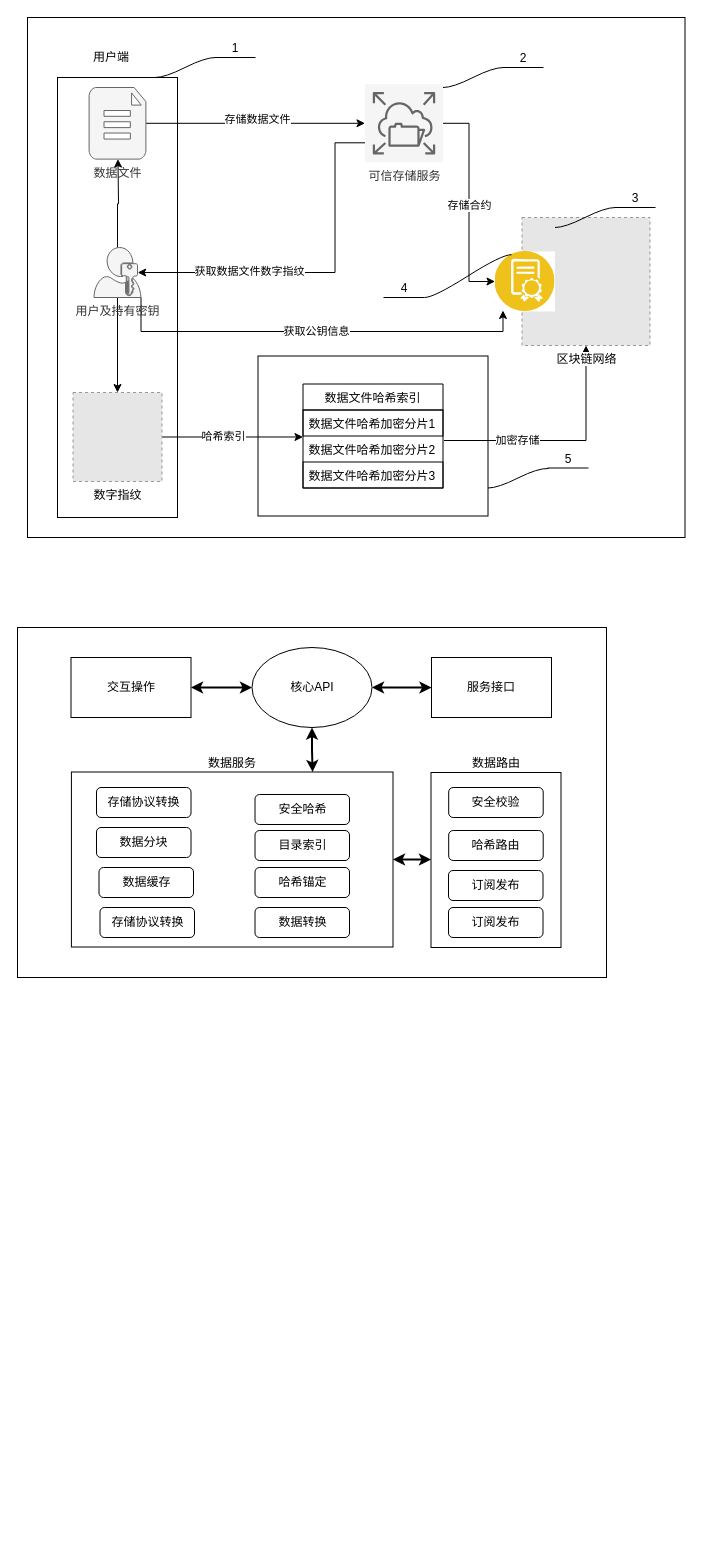
Earlier version of the draw.io diagram bts_chain_cid.drawio (luoweb/codeshow). Source tidied: cells renumbered, new cells numbered last; positions are measured from the earlier drawing's top-left corner, leaving out a move shared by most shapes. Both pictures are drawn from the tidied source at 100%, with x=0, y=0 at pixel (17, 17). Pictures stored in the file or linked from it are replaced by grey dashed boxes.
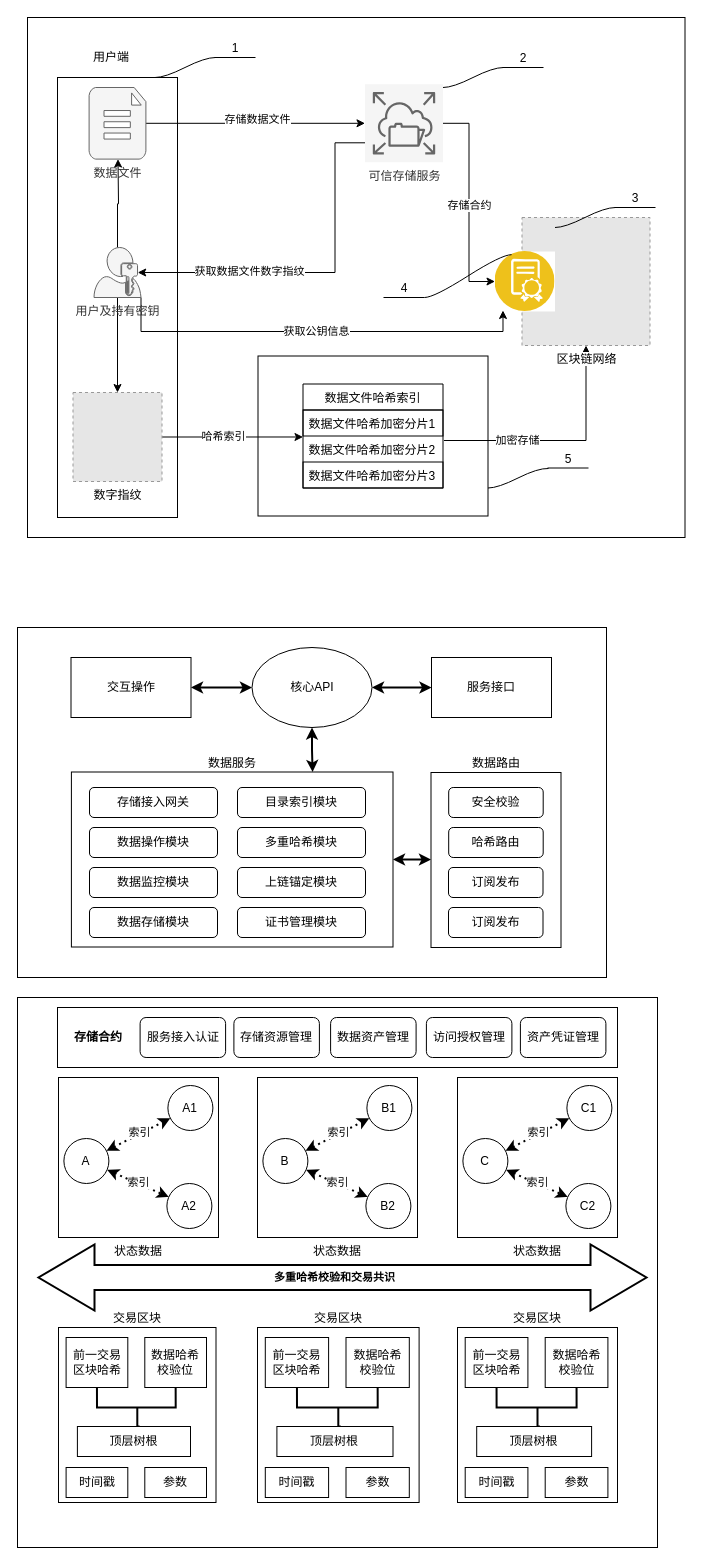
After the change.

What changed in the source:
```diff
@@
+    <mxCell id="61" style="rounded=0;whiteSpace=wrap;html=1;strokeColor=default;" parent="1" vertex="1">
+      <mxGeometry y="980" width="640" height="550" as="geometry" />
+    </mxCell>
@@
     <mxCell id="50" value="哈希路由" style="rounded=1;whiteSpace=wrap;html=1;strokeColor=default;" parent="1" vertex="1">
-      <mxGeometry x="431.2" y="813" width="94.5" height="30" as="geometry" />
+      <mxGeometry x="431.2" y="810" width="94.5" height="30" as="geometry" />
     </mxCell>
+    <mxCell id="54" value="订阅发布" style="rounded=1;whiteSpace=wrap;html=1;strokeColor=default;" parent="1" vertex="1">
+      <mxGeometry x="431" y="890" width="94.5" height="30" as="geometry" />
+    </mxCell>
+    <mxCell id="60" value="订阅发布" style="rounded=1;whiteSpace=wrap;html=1;strokeColor=default;" parent="1" vertex="1">
+      <mxGeometry x="431" y="850" width="94.5" height="30" as="geometry" />
+    </mxCell>
+    <mxCell id="62" style="shape=flexArrow;endArrow=classic;startArrow=classic;html=1;rounded=0;strokeWidth=2;startWidth=39;startSize=18;width=24;endWidth=39;endSize=18;" parent="1" edge="1">
+      <mxGeometry relative="1" as="geometry">
+        <mxPoint x="20" y="1260" as="sourcePoint" />
+        <mxPoint x="630" y="1260" as="targetPoint" />
+      </mxGeometry>
+    </mxCell>
+    <mxCell id="63" value="多重哈希校验和交易共识" style="edgeLabel;html=1;align=center;verticalAlign=middle;fontStyle=1;" parent="62" vertex="1">
+      <mxGeometry x="-0.03" y="1" relative="1" as="geometry" />
+    </mxCell>
+    <mxCell id="64" style="group;labelPosition=center;verticalLabelPosition=bottom;align=center;verticalAlign=top;" parent="1" vertex="1">
+      <mxGeometry x="41" y="1310" width="157.5" height="175" as="geometry" />
+    </mxCell>
+    <mxCell id="65" value="交易区块" style="rounded=0;whiteSpace=wrap;html=1;strokeColor=default;labelPosition=center;verticalLabelPosition=top;align=center;verticalAlign=bottom;" parent="64" vertex="1">
+      <mxGeometry width="157.5" height="175" as="geometry" />
+    </mxCell>
+    <mxCell id="66" value="前一交易&lt;br&gt;区块哈希" style="rounded=0;whiteSpace=wrap;html=1;strokeColor=default;" parent="64" vertex="1">
+      <mxGeometry x="7.6" y="10" width="61.7" height="50" as="geometry" />
+    </mxCell>
+    <mxCell id="67" value="数据哈希&lt;br&gt;校验位" style="rounded=0;whiteSpace=wrap;html=1;strokeColor=default;" parent="64" vertex="1">
+      <mxGeometry x="86.3" y="10" width="61.7" height="50" as="geometry" />
+    </mxCell>
+    <mxCell id="68" style="edgeStyle=orthogonalEdgeStyle;rounded=0;jettySize=auto;html=1;exitX=0.5;exitY=1;exitDx=0;exitDy=0;entryX=0.5;entryY=1;entryDx=0;entryDy=0;startArrow=none;startFill=0;endArrow=none;endFill=0;strokeWidth=2;" parent="64" edge="1" source="66" target="67">
+      <mxGeometry relative="1" as="geometry" />
+    </mxCell>
+    <mxCell id="69" style="edgeStyle=orthogonalEdgeStyle;rounded=0;orthogonalLoop=1;jettySize=auto;html=1;exitX=0.5;exitY=0;exitDx=0;exitDy=0;startArrow=none;startFill=0;endArrow=none;endFill=0;strokeWidth=2;" parent="64" edge="1">
+      <mxGeometry relative="1" as="geometry">
+        <mxPoint x="81.1" y="99" as="sourcePoint" />
+        <mxPoint x="78.8" y="80" as="targetPoint" />
+      </mxGeometry>
+    </mxCell>
+    <mxCell id="70" value="顶层树根" style="rounded=0;whiteSpace=wrap;html=1;strokeColor=default;" parent="64" vertex="1">
+      <mxGeometry x="18.9" y="99" width="113.1" height="30" as="geometry" />
+    </mxCell>
+    <mxCell id="71" value="时间戳" style="rounded=0;whiteSpace=wrap;html=1;strokeColor=default;" parent="64" vertex="1">
+      <mxGeometry x="7.6" y="140" width="61.7" height="30" as="geometry" />
+    </mxCell>
+    <mxCell id="72" value="参数" style="rounded=0;whiteSpace=wrap;html=1;strokeColor=default;" parent="64" vertex="1">
+      <mxGeometry x="86.3" y="140" width="61.7" height="30" as="geometry" />
+    </mxCell>
+    <mxCell id="73" style="group;labelPosition=center;verticalLabelPosition=bottom;align=center;verticalAlign=top;" parent="1" vertex="1">
+      <mxGeometry x="240" y="1310" width="161.6" height="175" as="geometry" />
+    </mxCell>
+    <mxCell id="74" value="交易区块" style="rounded=0;whiteSpace=wrap;html=1;strokeColor=default;labelPosition=center;verticalLabelPosition=top;align=center;verticalAlign=bottom;" parent="73" vertex="1">
+      <mxGeometry width="161.6" height="175" as="geometry" />
+    </mxCell>
+    <mxCell id="75" value="前一交易&lt;br&gt;区块哈希" style="rounded=0;whiteSpace=wrap;html=1;strokeColor=default;" parent="73" vertex="1">
+      <mxGeometry x="7.8" y="10" width="63.3" height="50" as="geometry" />
+    </mxCell>
+    <mxCell id="76" value="数据哈希&lt;br&gt;校验位" style="rounded=0;whiteSpace=wrap;html=1;strokeColor=default;" parent="73" vertex="1">
+      <mxGeometry x="88.5" y="10" width="63.3" height="50" as="geometry" />
+    </mxCell>
+    <mxCell id="77" style="edgeStyle=orthogonalEdgeStyle;rounded=0;jettySize=auto;html=1;exitX=0.5;exitY=1;exitDx=0;exitDy=0;entryX=0.5;entryY=1;entryDx=0;entryDy=0;startArrow=none;startFill=0;endArrow=none;endFill=0;strokeWidth=2;" parent="73" edge="1" source="75" target="76">
+      <mxGeometry relative="1" as="geometry" />
+    </mxCell>
+    <mxCell id="78" style="edgeStyle=orthogonalEdgeStyle;rounded=0;orthogonalLoop=1;jettySize=auto;html=1;exitX=0.5;exitY=0;exitDx=0;exitDy=0;startArrow=none;startFill=0;endArrow=none;endFill=0;strokeWidth=2;" parent="73" edge="1">
+      <mxGeometry relative="1" as="geometry">
+        <mxPoint x="83.2" y="99" as="sourcePoint" />
+        <mxPoint x="80.8" y="80" as="targetPoint" />
+      </mxGeometry>
+    </mxCell>
+    <mxCell id="79" value="顶层树根" style="rounded=0;whiteSpace=wrap;html=1;strokeColor=default;" parent="73" vertex="1">
+      <mxGeometry x="19.4" y="99" width="116.1" height="30" as="geometry" />
+    </mxCell>
+    <mxCell id="80" value="时间戳" style="rounded=0;whiteSpace=wrap;html=1;strokeColor=default;" parent="73" vertex="1">
+      <mxGeometry x="7.8" y="140" width="63.3" height="30" as="geometry" />
+    </mxCell>
+    <mxCell id="81" value="参数" style="rounded=0;whiteSpace=wrap;html=1;strokeColor=default;" parent="73" vertex="1">
+      <mxGeometry x="88.5" y="140" width="63.3" height="30" as="geometry" />
+    </mxCell>
+    <mxCell id="82" style="group;labelPosition=center;verticalLabelPosition=bottom;align=center;verticalAlign=top;" parent="1" vertex="1">
+      <mxGeometry x="440" y="1310" width="160" height="175" as="geometry" />
+    </mxCell>
+    <mxCell id="83" value="交易区块" style="rounded=0;whiteSpace=wrap;html=1;strokeColor=default;labelPosition=center;verticalLabelPosition=top;align=center;verticalAlign=bottom;" parent="82" vertex="1">
+      <mxGeometry width="160" height="175" as="geometry" />
+    </mxCell>
+    <mxCell id="84" value="前一交易&lt;br&gt;区块哈希" style="rounded=0;whiteSpace=wrap;html=1;strokeColor=default;" parent="82" vertex="1">
+      <mxGeometry x="7.7" y="10" width="62.7" height="50" as="geometry" />
+    </mxCell>
+    <mxCell id="85" value="数据哈希&lt;br&gt;校验位" style="rounded=0;whiteSpace=wrap;html=1;strokeColor=default;" parent="82" vertex="1">
+      <mxGeometry x="87.7" y="10" width="62.7" height="50" as="geometry" />
+    </mxCell>
+    <mxCell id="86" style="edgeStyle=orthogonalEdgeStyle;rounded=0;jettySize=auto;html=1;exitX=0.5;exitY=1;exitDx=0;exitDy=0;entryX=0.5;entryY=1;entryDx=0;entryDy=0;startArrow=none;startFill=0;endArrow=none;endFill=0;strokeWidth=2;" parent="82" edge="1" source="84" target="85">
+      <mxGeometry relative="1" as="geometry">
+        <Array as="points">
+          <mxPoint x="39.3" y="80" />
+          <mxPoint x="118.7" y="80" />
+        </Array>
+      </mxGeometry>
+    </mxCell>
+    <mxCell id="87" style="edgeStyle=orthogonalEdgeStyle;rounded=0;orthogonalLoop=1;jettySize=auto;html=1;exitX=0.5;exitY=0;exitDx=0;exitDy=0;startArrow=none;startFill=0;endArrow=none;endFill=0;strokeWidth=2;" parent="82" edge="1">
+      <mxGeometry relative="1" as="geometry">
+        <mxPoint x="82.4" y="99" as="sourcePoint" />
+        <mxPoint x="80" y="80" as="targetPoint" />
+      </mxGeometry>
+    </mxCell>
+    <mxCell id="88" value="顶层树根" style="rounded=0;whiteSpace=wrap;html=1;strokeColor=default;" parent="82" vertex="1">
+      <mxGeometry x="19.2" y="99" width="114.9" height="30" as="geometry" />
+    </mxCell>
+    <mxCell id="89" value="时间戳" style="rounded=0;whiteSpace=wrap;html=1;strokeColor=default;" parent="82" vertex="1">
+      <mxGeometry x="7.7" y="140" width="62.7" height="30" as="geometry" />
+    </mxCell>
+    <mxCell id="90" value="参数" style="rounded=0;whiteSpace=wrap;html=1;strokeColor=default;" parent="82" vertex="1">
+      <mxGeometry x="87.7" y="140" width="62.7" height="30" as="geometry" />
+    </mxCell>
+    <mxCell id="91" value="状态数据" style="rounded=0;whiteSpace=wrap;html=1;strokeColor=default;labelPosition=center;verticalLabelPosition=bottom;align=center;verticalAlign=top;horizontal=1;textDirection=ltr;" parent="1" vertex="1">
+      <mxGeometry x="41" y="1060" width="160" height="160" as="geometry" />
+    </mxCell>
+    <mxCell id="92" value="A" style="ellipse;whiteSpace=wrap;html=1;strokeColor=default;" parent="1" vertex="1">
+      <mxGeometry x="46.4" y="1121" width="45" height="45" as="geometry" />
+    </mxCell>
+    <mxCell id="93" value="A1" style="ellipse;whiteSpace=wrap;html=1;strokeColor=default;" parent="1" vertex="1">
+      <mxGeometry x="150.4" y="1068" width="45" height="45" as="geometry" />
+    </mxCell>
+    <mxCell id="94" value="A2" style="ellipse;whiteSpace=wrap;html=1;strokeColor=default;" parent="1" vertex="1">
+      <mxGeometry x="149.4" y="1166" width="45" height="45" as="geometry" />
+    </mxCell>
+    <mxCell id="95" style="endArrow=classic;startArrow=classic;html=1;rounded=0;sketch=0;strokeColor=default;strokeWidth=2;jumpStyle=none;dashed=1;dashPattern=1 2;" parent="1" edge="1" source="92" target="93">
+      <mxGeometry relative="1" as="geometry" />
+    </mxCell>
+    <mxCell id="96" value="索引" style="edgeLabel;html=1;align=center;verticalAlign=middle;" parent="95" vertex="1">
+      <mxGeometry x="0.06" y="3" relative="1" as="geometry">
+        <mxPoint y="1" as="offset" />
+      </mxGeometry>
+    </mxCell>
+    <mxCell id="97" style="endArrow=classic;startArrow=classic;html=1;rounded=0;sketch=0;strokeColor=default;strokeWidth=2;jumpStyle=none;dashed=1;dashPattern=1 2;" parent="1" edge="1" source="92" target="94">
+      <mxGeometry relative="1" as="geometry" />
+    </mxCell>
+    <mxCell id="98" value="索引" style="edgeLabel;html=1;align=center;verticalAlign=middle;" parent="97" vertex="1">
+      <mxGeometry x="-0.01" y="1" relative="1" as="geometry" />
+    </mxCell>
+    <mxCell id="99" value="状态数据" style="rounded=0;whiteSpace=wrap;html=1;strokeColor=default;labelPosition=center;verticalLabelPosition=bottom;align=center;verticalAlign=top;horizontal=1;textDirection=ltr;" parent="1" vertex="1">
+      <mxGeometry x="240" y="1060" width="160" height="160" as="geometry" />
+    </mxCell>
+    <mxCell id="100" value="B" style="ellipse;whiteSpace=wrap;html=1;strokeColor=default;" parent="1" vertex="1">
+      <mxGeometry x="245.4" y="1121" width="45" height="45" as="geometry" />
+    </mxCell>
+    <mxCell id="101" value="B1" style="ellipse;whiteSpace=wrap;html=1;strokeColor=default;" parent="1" vertex="1">
+      <mxGeometry x="349.4" y="1068" width="45" height="45" as="geometry" />
+    </mxCell>
+    <mxCell id="102" value="B2" style="ellipse;whiteSpace=wrap;html=1;strokeColor=default;" parent="1" vertex="1">
+      <mxGeometry x="348.4" y="1166" width="45" height="45" as="geometry" />
+    </mxCell>
+    <mxCell id="103" style="endArrow=classic;startArrow=classic;html=1;rounded=0;sketch=0;strokeColor=default;strokeWidth=2;jumpStyle=none;dashed=1;dashPattern=1 2;" parent="1" edge="1" source="100" target="101">
+      <mxGeometry relative="1" as="geometry" />
+    </mxCell>
+    <mxCell id="104" value="索引" style="edgeLabel;html=1;align=center;verticalAlign=middle;" parent="103" vertex="1">
+      <mxGeometry x="0.06" y="3" relative="1" as="geometry">
+        <mxPoint y="1" as="offset" />
+      </mxGeometry>
+    </mxCell>
+    <mxCell id="105" style="endArrow=classic;startArrow=classic;html=1;rounded=0;sketch=0;strokeColor=default;strokeWidth=2;jumpStyle=none;dashed=1;dashPattern=1 2;" parent="1" edge="1" source="100" target="102">
+      <mxGeometry relative="1" as="geometry" />
+    </mxCell>
+    <mxCell id="106" value="索引" style="edgeLabel;html=1;align=center;verticalAlign=middle;" parent="105" vertex="1">
+      <mxGeometry x="-0.01" y="1" relative="1" as="geometry" />
+    </mxCell>
+    <mxCell id="107" value="状态数据" style="rounded=0;whiteSpace=wrap;html=1;strokeColor=default;labelPosition=center;verticalLabelPosition=bottom;align=center;verticalAlign=top;horizontal=1;textDirection=ltr;" parent="1" vertex="1">
+      <mxGeometry x="440" y="1060" width="160" height="160" as="geometry" />
+    </mxCell>
+    <mxCell id="108" value="C" style="ellipse;whiteSpace=wrap;html=1;strokeColor=default;" parent="1" vertex="1">
+      <mxGeometry x="445.4" y="1121" width="45" height="45" as="geometry" />
+    </mxCell>
+    <mxCell id="109" value="C1" style="ellipse;whiteSpace=wrap;html=1;strokeColor=default;" parent="1" vertex="1">
+      <mxGeometry x="549.4" y="1068" width="45" height="45" as="geometry" />
+    </mxCell>
+    <mxCell id="110" value="C2" style="ellipse;whiteSpace=wrap;html=1;strokeColor=default;" parent="1" vertex="1">
+      <mxGeometry x="548.4" y="1166" width="45" height="45" as="geometry" />
+    </mxCell>
+    <mxCell id="111" style="endArrow=classic;startArrow=classic;html=1;rounded=0;sketch=0;strokeColor=default;strokeWidth=2;jumpStyle=none;dashed=1;dashPattern=1 2;" parent="1" edge="1" source="108" target="109">
+      <mxGeometry relative="1" as="geometry" />
+    </mxCell>
+    <mxCell id="112" value="索引" style="edgeLabel;html=1;align=center;verticalAlign=middle;" parent="111" vertex="1">
+      <mxGeometry x="0.06" y="3" relative="1" as="geometry">
+        <mxPoint y="1" as="offset" />
+      </mxGeometry>
+    </mxCell>
+    <mxCell id="113" style="endArrow=classic;startArrow=classic;html=1;rounded=0;sketch=0;strokeColor=default;strokeWidth=2;jumpStyle=none;dashed=1;dashPattern=1 2;" parent="1" edge="1" source="108" target="110">
+      <mxGeometry relative="1" as="geometry" />
+    </mxCell>
+    <mxCell id="114" value="索引" style="edgeLabel;html=1;align=center;verticalAlign=middle;" parent="113" vertex="1">
+      <mxGeometry x="-0.01" y="1" relative="1" as="geometry" />
+    </mxCell>
-    <mxCell id="51" value="数据分块" style="rounded=1;whiteSpace=wrap;html=1;strokeColor=default;" parent="1" vertex="1">
-      <mxGeometry x="79" y="810" width="94.5" height="30" as="geometry" />
+    <mxCell id="51" value="数据操作模块" style="rounded=1;whiteSpace=wrap;html=1;strokeColor=default;" parent="1" vertex="1">
+      <mxGeometry x="72" y="810" width="128" height="30" as="geometry" />
     </mxCell>
-    <mxCell id="52" value="目录索引" style="rounded=1;whiteSpace=wrap;html=1;strokeColor=default;" parent="1" vertex="1">
-      <mxGeometry x="237.5" y="813" width="94.5" height="30" as="geometry" />
+    <mxCell id="52" value="多重哈希模块" style="rounded=1;whiteSpace=wrap;html=1;strokeColor=default;" parent="1" vertex="1">
+      <mxGeometry x="220" y="810" width="128" height="30" as="geometry" />
     </mxCell>
-    <mxCell id="53" value="存储协议转换" style="rounded=1;whiteSpace=wrap;html=1;strokeColor=default;" parent="1" vertex="1">
-      <mxGeometry x="79" y="770" width="94.5" height="30" as="geometry" />
+    <mxCell id="53" value="存储接入网关" style="rounded=1;whiteSpace=wrap;html=1;strokeColor=default;" parent="1" vertex="1">
+      <mxGeometry x="72" y="770" width="128" height="30" as="geometry" />
     </mxCell>
-    <mxCell id="54" value="订阅发布" style="rounded=1;whiteSpace=wrap;html=1;strokeColor=default;" parent="1" vertex="1">
-      <mxGeometry x="431" y="890" width="94.5" height="30" as="geometry" />
-    </mxCell>
-    <mxCell id="55" value="安全哈希" style="rounded=1;whiteSpace=wrap;html=1;strokeColor=default;" parent="1" vertex="1">
-      <mxGeometry x="237.5" y="777" width="94.5" height="30" as="geometry" />
+    <mxCell id="55" value="目录索引模块" style="rounded=1;whiteSpace=wrap;html=1;strokeColor=default;" parent="1" vertex="1">
+      <mxGeometry x="220" y="770" width="128" height="30" as="geometry" />
     </mxCell>
-    <mxCell id="56" value="哈希锚定" style="rounded=1;whiteSpace=wrap;html=1;strokeColor=default;" parent="1" vertex="1">
-      <mxGeometry x="237.5" y="850" width="94.5" height="30" as="geometry" />
+    <mxCell id="56" value="上链锚定模块" style="rounded=1;whiteSpace=wrap;html=1;strokeColor=default;" parent="1" vertex="1">
+      <mxGeometry x="220" y="850" width="128" height="30" as="geometry" />
     </mxCell>
-    <mxCell id="57" value="数据转换" style="rounded=1;whiteSpace=wrap;html=1;strokeColor=default;" parent="1" vertex="1">
-      <mxGeometry x="237.5" y="890" width="94.5" height="30" as="geometry" />
+    <mxCell id="57" value="证书管理模块" style="rounded=1;whiteSpace=wrap;html=1;strokeColor=default;" parent="1" vertex="1">
+      <mxGeometry x="220" y="890" width="128" height="30" as="geometry" />
     </mxCell>
-    <mxCell id="58" value="数据缓存" style="rounded=1;whiteSpace=wrap;html=1;strokeColor=default;" parent="1" vertex="1">
-      <mxGeometry x="81.5" y="850" width="94.5" height="30" as="geometry" />
+    <mxCell id="58" value="数据监控模块" style="rounded=1;whiteSpace=wrap;html=1;strokeColor=default;" parent="1" vertex="1">
+      <mxGeometry x="72" y="850" width="128" height="30" as="geometry" />
     </mxCell>
-    <mxCell id="59" value="存储协议转换" style="rounded=1;whiteSpace=wrap;html=1;strokeColor=default;" parent="1" vertex="1">
-      <mxGeometry x="82.5" y="890" width="94.5" height="30" as="geometry" />
+    <mxCell id="59" value="数据存储模块" style="rounded=1;whiteSpace=wrap;html=1;strokeColor=default;" parent="1" vertex="1">
+      <mxGeometry x="72" y="890" width="128" height="30" as="geometry" />
     </mxCell>
-    <mxCell id="60" value="订阅发布" style="rounded=1;whiteSpace=wrap;html=1;strokeColor=default;" parent="1" vertex="1">
-      <mxGeometry x="431" y="853" width="94.5" height="30" as="geometry" />
-    </mxCell>
+    <mxCell id="115" style="rounded=0;whiteSpace=wrap;html=1;strokeColor=default;verticalAlign=bottom;" parent="1" vertex="1">
+      <mxGeometry x="40" y="990" width="560" height="60" as="geometry" />
+    </mxCell>
+    <mxCell id="116" value="存储资源管理" style="rounded=1;whiteSpace=wrap;html=1;strokeColor=default;verticalAlign=middle;labelPosition=center;verticalLabelPosition=middle;align=center;" parent="1" vertex="1">
+      <mxGeometry x="216.4" y="1000" width="85.5" height="40" as="geometry" />
+    </mxCell>
+    <mxCell id="117" value="服务接入认证" style="rounded=1;whiteSpace=wrap;html=1;strokeColor=default;verticalAlign=middle;labelPosition=center;verticalLabelPosition=middle;align=center;" parent="1" vertex="1">
+      <mxGeometry x="122.6" y="1000" width="85.5" height="40" as="geometry" />
+    </mxCell>
+    <mxCell id="118" value="数据资产管理" style="rounded=1;whiteSpace=wrap;html=1;strokeColor=default;verticalAlign=middle;labelPosition=center;verticalLabelPosition=middle;align=center;" parent="1" vertex="1">
+      <mxGeometry x="313.1" y="1000" width="85.5" height="40" as="geometry" />
+    </mxCell>
+    <mxCell id="119" value="访问授权管理" style="rounded=1;whiteSpace=wrap;html=1;strokeColor=default;verticalAlign=middle;labelPosition=center;verticalLabelPosition=middle;align=center;" parent="1" vertex="1">
+      <mxGeometry x="408.9" y="1000" width="85.5" height="40" as="geometry" />
+    </mxCell>
+    <mxCell id="120" value="资产凭证管理" style="rounded=1;whiteSpace=wrap;html=1;strokeColor=default;verticalAlign=middle;labelPosition=center;verticalLabelPosition=middle;align=center;" parent="1" vertex="1">
+      <mxGeometry x="502.9" y="1000" width="85.5" height="40" as="geometry" />
+    </mxCell>
+    <mxCell id="121" value="存储合约" style="text;html=1;strokeColor=none;fillColor=none;align=center;verticalAlign=middle;whiteSpace=wrap;rounded=0;fontStyle=1;" parent="1" vertex="1">
+      <mxGeometry x="51.4" y="1005" width="60" height="30" as="geometry" />
+    </mxCell>
```
